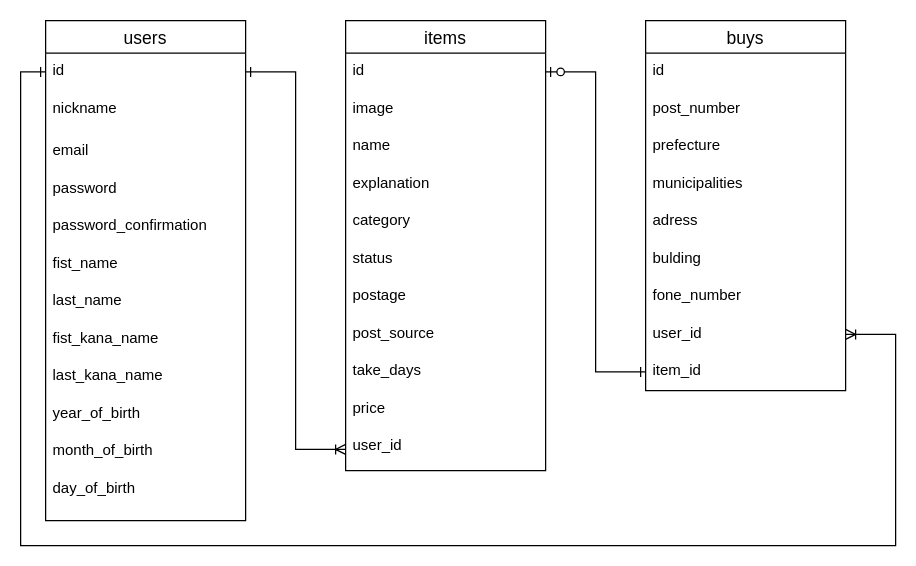
kaytabro/furima-35915 keeps this draw.io diagram as db.dio. Above is the earlier version. Source tidied: cells renumbered, new cells numbered last; positions are measured from the earlier drawing's top-left corner, leaving out a move shared by most shapes. Both pictures are drawn from the tidied source at 125%, with x=0, y=0 at pixel (20, 20).
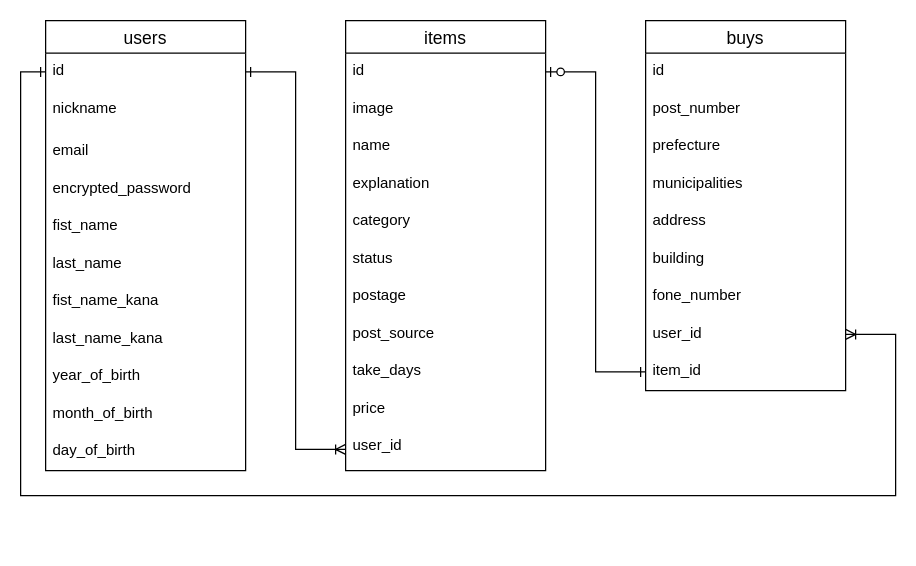
The same diagram, later.

Commit message (it also covers changes not shown here):
READMEにDB設計詳細を記載

Unchanged cells that the change refers to:
```xml
<mxCell id="3" value="id" style="text;strokeColor=none;fillColor=none;spacingLeft=4;spacingRight=4;overflow=hidden;points=[[0,0.5],[1,0.5]];portConstraint=eastwest;fontSize=12;" parent="2" vertex="1">
  <mxGeometry y="26" width="160" height="30" as="geometry" />
</mxCell>
<mxCell id="27" value="buys" style="swimlane;fontStyle=0;horizontal=1;startSize=26;align=center;fontSize=14;" parent="1" vertex="1">
  <mxGeometry x="500" width="160" height="296" as="geometry" />
</mxCell>
<mxCell id="35" value="user_id&#10;" style="text;strokeColor=none;fillColor=none;spacingLeft=4;spacingRight=4;overflow=hidden;points=[[0,0.5],[1,0.5]];portConstraint=eastwest;fontSize=12;" parent="27" vertex="1">
  <mxGeometry y="236" width="160" height="30" as="geometry" />
</mxCell>
```

What changed in the source:
```diff
@@
     <mxCell id="2" value="users" style="swimlane;fontStyle=0;horizontal=1;startSize=26;align=center;fontSize=14;" parent="1" vertex="1">
-      <mxGeometry x="20" width="160" height="400" as="geometry" />
+      <mxGeometry x="20" width="160" height="360" as="geometry" />
     </mxCell>
@@
-    <mxCell id="6" value="password" style="text;strokeColor=none;fillColor=none;spacingLeft=4;spacingRight=4;overflow=hidden;fontSize=12;" parent="2" vertex="1">
+    <mxCell id="6" value="encrypted_password" style="text;strokeColor=none;fillColor=none;spacingLeft=4;spacingRight=4;overflow=hidden;fontSize=12;" parent="2" vertex="1">
       <mxGeometry y="120" width="160" height="30" as="geometry" />
     </mxCell>
-    <mxCell id="7" value="password_confirmation" style="text;strokeColor=none;fillColor=none;spacingLeft=4;spacingRight=4;overflow=hidden;fontSize=12;" parent="2" vertex="1">
-      <mxGeometry y="150" width="160" height="30" as="geometry" />
-    </mxCell>
     <mxCell id="8" value="fist_name" style="text;strokeColor=none;fillColor=none;spacingLeft=4;spacingRight=4;overflow=hidden;fontSize=12;" parent="2" vertex="1">
-      <mxGeometry y="180" width="160" height="30" as="geometry" />
+      <mxGeometry y="150" width="160" height="30" as="geometry" />
     </mxCell>
     <mxCell id="9" value="last_name" style="text;strokeColor=none;fillColor=none;spacingLeft=4;spacingRight=4;overflow=hidden;fontSize=12;" parent="2" vertex="1">
-      <mxGeometry y="210" width="160" height="30" as="geometry" />
+      <mxGeometry y="180" width="160" height="30" as="geometry" />
     </mxCell>
-    <mxCell id="10" value="fist_kana_name" style="text;strokeColor=none;fillColor=none;spacingLeft=4;spacingRight=4;overflow=hidden;fontSize=12;" parent="2" vertex="1">
-      <mxGeometry y="240" width="160" height="30" as="geometry" />
+    <mxCell id="10" value="fist_name_kana" style="text;strokeColor=none;fillColor=none;spacingLeft=4;spacingRight=4;overflow=hidden;fontSize=12;" parent="2" vertex="1">
+      <mxGeometry y="210" width="160" height="30" as="geometry" />
     </mxCell>
-    <mxCell id="11" value="last_kana_name" style="text;strokeColor=none;fillColor=none;spacingLeft=4;spacingRight=4;overflow=hidden;fontSize=12;" parent="2" vertex="1">
-      <mxGeometry y="270" width="160" height="30" as="geometry" />
+    <mxCell id="11" value="last_name_kana" style="text;strokeColor=none;fillColor=none;spacingLeft=4;spacingRight=4;overflow=hidden;fontSize=12;" parent="2" vertex="1">
+      <mxGeometry y="240" width="160" height="30" as="geometry" />
     </mxCell>
     <mxCell id="12" value="year_of_birth" style="text;strokeColor=none;fillColor=none;spacingLeft=4;spacingRight=4;overflow=hidden;fontSize=12;" parent="2" vertex="1">
-      <mxGeometry y="300" width="160" height="30" as="geometry" />
+      <mxGeometry y="270" width="160" height="30" as="geometry" />
     </mxCell>
     <mxCell id="13" value="month_of_birth" style="text;strokeColor=none;fillColor=none;spacingLeft=4;spacingRight=4;overflow=hidden;fontSize=12;" parent="2" vertex="1">
-      <mxGeometry y="330" width="160" height="30" as="geometry" />
+      <mxGeometry y="300" width="160" height="30" as="geometry" />
     </mxCell>
     <mxCell id="14" value="day_of_birth" style="text;strokeColor=none;fillColor=none;spacingLeft=4;spacingRight=4;overflow=hidden;fontSize=12;" parent="2" vertex="1">
-      <mxGeometry y="360" width="160" height="40" as="geometry" />
+      <mxGeometry y="330" width="160" height="30" as="geometry" />
     </mxCell>
@@
-    <mxCell id="32" value="adress" style="text;strokeColor=none;fillColor=none;spacingLeft=4;spacingRight=4;overflow=hidden;fontSize=12;" parent="27" vertex="1">
+    <mxCell id="32" value="address" style="text;strokeColor=none;fillColor=none;spacingLeft=4;spacingRight=4;overflow=hidden;fontSize=12;" parent="27" vertex="1">
       <mxGeometry y="146" width="160" height="30" as="geometry" />
     </mxCell>
-    <mxCell id="33" value="bulding" style="text;strokeColor=none;fillColor=none;spacingLeft=4;spacingRight=4;overflow=hidden;fontSize=12;" parent="27" vertex="1">
+    <mxCell id="33" value="building" style="text;strokeColor=none;fillColor=none;spacingLeft=4;spacingRight=4;overflow=hidden;fontSize=12;" parent="27" vertex="1">
       <mxGeometry y="176" width="160" height="30" as="geometry" />
     </mxCell>
@@
     <mxCell id="37" style="edgeStyle=orthogonalEdgeStyle;rounded=0;jettySize=auto;html=1;exitX=0;exitY=0.5;exitDx=0;exitDy=0;entryX=1;entryY=0.5;entryDx=0;entryDy=0;startArrow=ERone;startFill=0;endArrow=ERoneToMany;endFill=0;" parent="1" edge="1" source="3" target="35">
       <mxGeometry relative="1" as="geometry">
         <Array as="points">
           <mxPoint y="41" />
-          <mxPoint y="420" />
-          <mxPoint x="700" y="420" />
+          <mxPoint y="380" />
+          <mxPoint x="700" y="380" />
           <mxPoint x="700" y="251" />
         </Array>
       </mxGeometry>
     </mxCell>
```
